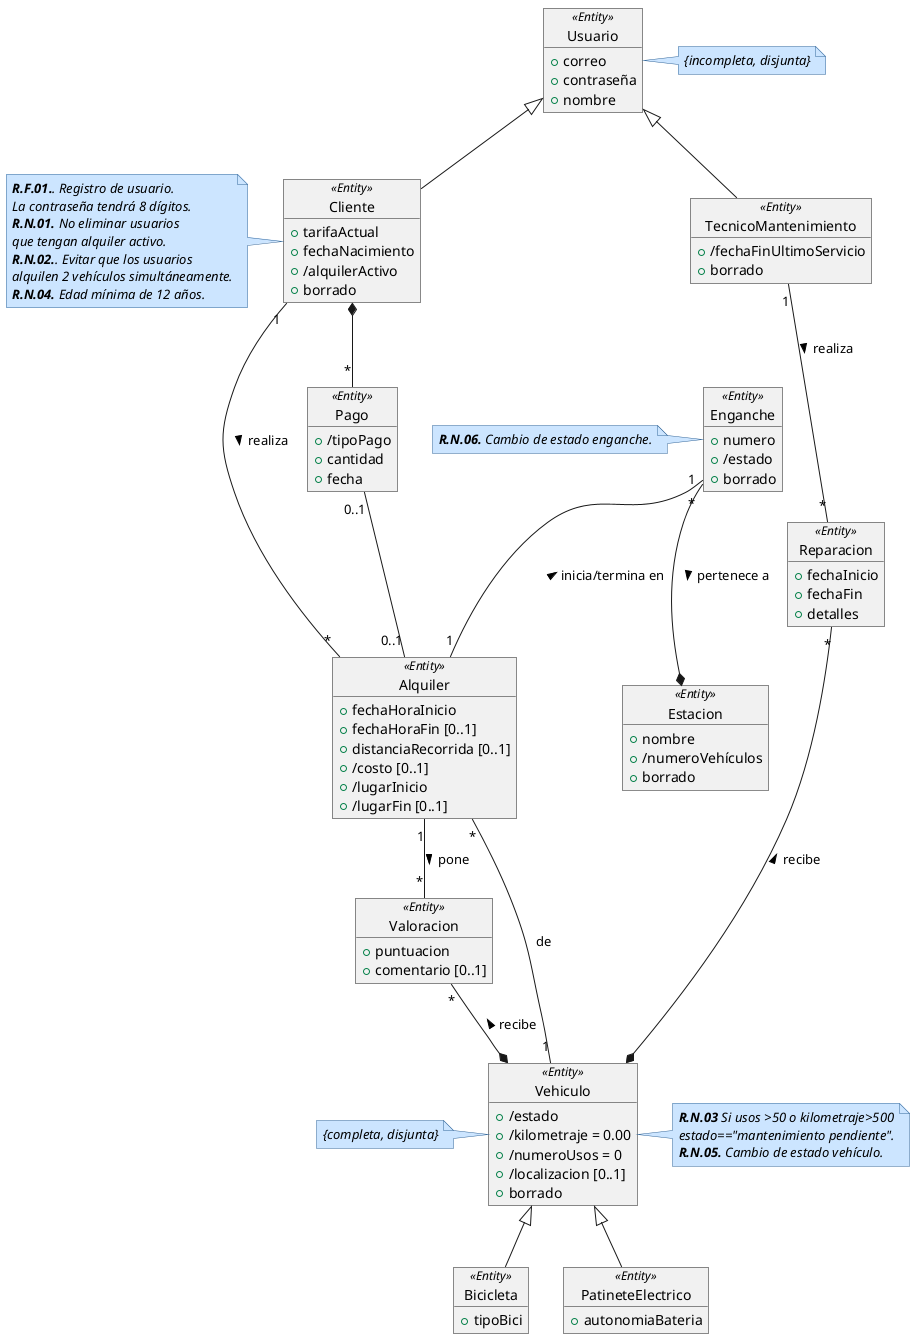
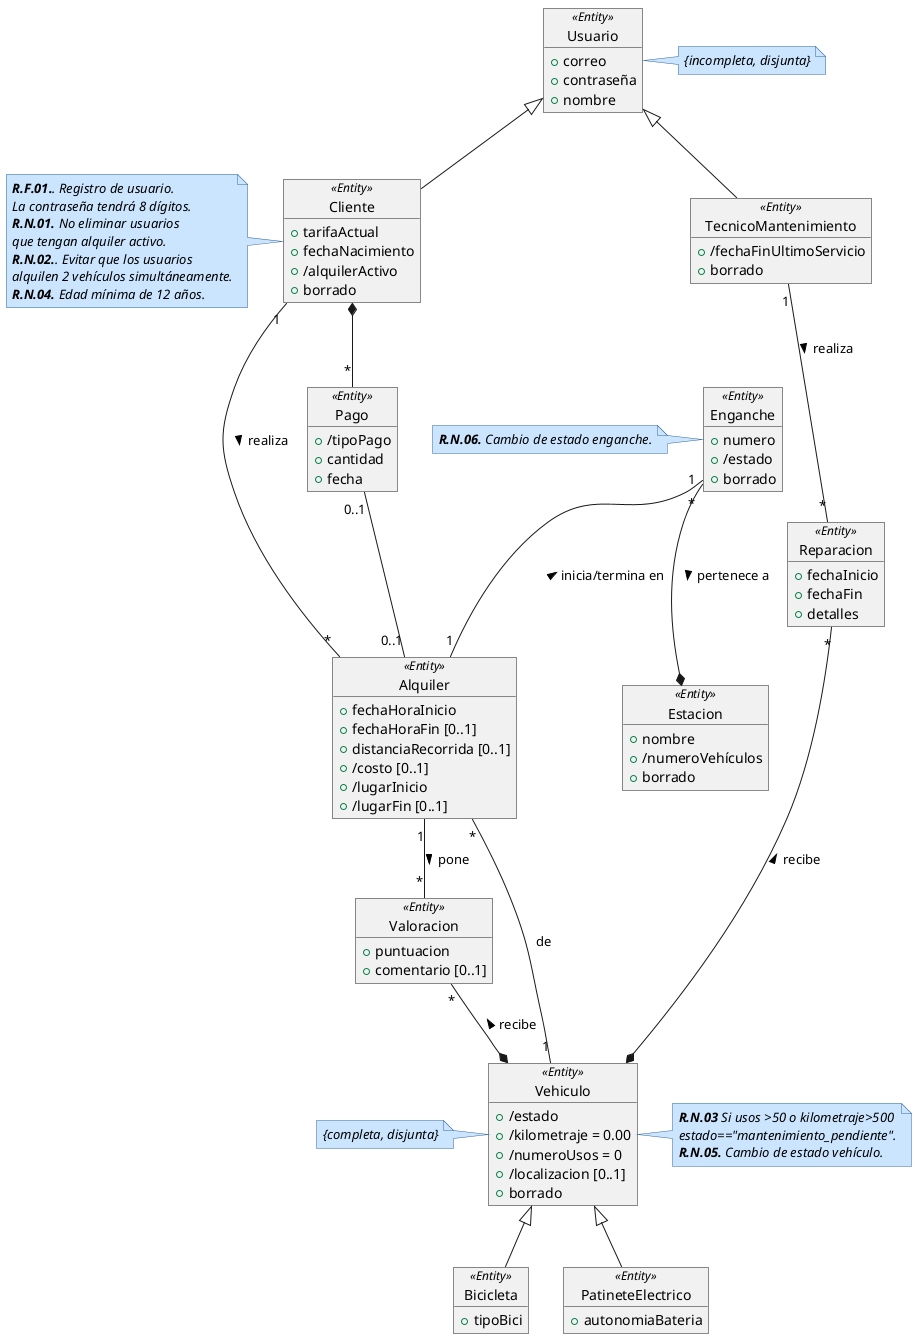
@startuml DiagramaClases

skinparam note {
  BackgroundColor #cce5ff
  BorderColor #336699
  FontStyle italic
}

object Usuario<<Entity>> {
    +correo
    +contraseña
    +nombre
}
note right: {incompleta, disjunta}


object Cliente<<Entity>> {
    +tarifaActual
    +fechaNacimiento
    +/alquilerActivo
    +borrado
}
note left
'''
 **R.F.01.**. Registro de usuario.
 La contraseña tendrá 8 dígitos.
 **R.N.01.** No eliminar usuarios
 que tengan alquiler activo.
 **R.N.02.**. Evitar que los usuarios
 alquilen 2 vehículos simultáneamente.
 **R.N.04.** Edad mínima de 12 años.
'''
end note

object Pago<<Entity>> {
    +/tipoPago
    +cantidad
    +fecha
}
'Tipo pago puede ser o mensual o individual


object TecnicoMantenimiento<<Entity>> {
    +/fechaFinUltimoServicio
    +borrado
}

object Reparacion<<Entity>> {
    +fechaInicio
    +fechaFin
    +detalles
}

object Valoracion<<Entity>> {
    +puntuacion
    +comentario [0..1]
}

/'
La distancia recorrida la cuenta el vehículo con un
medidor incorporado y solo se registra cuando termina el recorrido.
Por eso mismo no es derivada de lugar inicio o fin, porque si no si acabas
en el mismo sitio la distancia recorrida sería 0.
'/
object Alquiler<<Entity>> {
    +fechaHoraInicio
    +fechaHoraFin [0..1]
    +distanciaRecorrida [0..1]
    +/costo [0..1]
    +/lugarInicio
    +/lugarFin [0..1]
}

/'
La localización del vehículo se muestra cuando se guarda el vehículo.
No se guarda localización por GPS.
'/
object Vehiculo<<Entity>> {
    +/estado
    +/kilometraje = 0.00
    +/numeroUsos = 0
    +/localizacion [0..1]
    +borrado
}
note right
'''
 **R.N.03** Si usos >50 o kilometraje>500
-  estado=="mantenimiento pendiente".
+  estado=="mantenimiento_pendiente".
 **R.N.05.** Cambio de estado vehículo.
'''
end note
note left of Vehiculo: {completa, disjunta}

object Estacion<<Entity>> {
    +nombre
    +/numeroVehículos
    +borrado
}

object Enganche<<Entity>> {
    +numero
    +/estado
    +borrado
}
note left
'''
 **R.N.06.** Cambio de estado enganche.
'''
end note

object Bicicleta<<Entity>> {
    +tipoBici
}

object PatineteElectrico<<Entity>> {
    +autonomiaBateria
}

Usuario <|-- Cliente
Usuario <|-- TecnicoMantenimiento

Enganche "*"--* Estacion : pertenece a >

'Relación directa valoraciones'
Alquiler "1"--"*" Valoracion : pone >
Valoracion "*"--* Vehiculo : recibe <

TecnicoMantenimiento "1"--"*" Reparacion : realiza >
Reparacion "*"--* Vehiculo : recibe <

Enganche "1" --"1" Alquiler: inicia/termina en <


'Relacion de Alquileres'
Cliente "1"--"*"  Alquiler: realiza >

Alquiler "*"--"1" Vehiculo: de

'Relacion Pago'
Cliente *--"*" Pago
Pago "0..1"--"0..1" Alquiler

Vehiculo <|-- Bicicleta
Vehiculo <|-- PatineteElectrico


@enduml